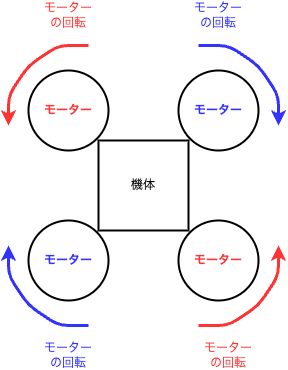
The draw.io diagram images/mp.drawio.png in NOKOLat/2026_Multicopter_Lecture, before a commit. Source tidied: cells renumbered, new cells last; positions are measured from the earlier drawing's top-left corner, leaving out a move shared by most shapes.
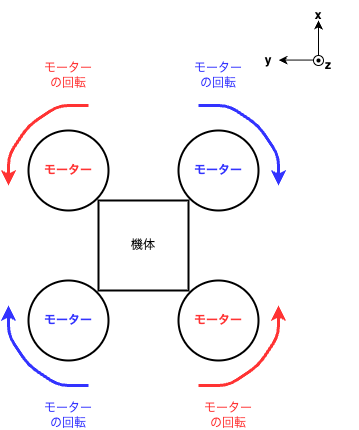
After the change.

Commit message:
プロペラの回転方向の説明の図に、座標軸を追加

Change to the diagram source:
```diff
@@ -88,5 +88,32 @@
     <mxCell id="19" value="&lt;font style=&quot;color: rgb(51, 51, 255);&quot;&gt;モーターの回転&lt;/font&gt;" style="text;strokeColor=none;align=center;fillColor=none;html=1;verticalAlign=middle;whiteSpace=wrap;rounded=0;fontColor=#FF3333;" parent="1" vertex="1">
       <mxGeometry x="180" width="60" height="30" as="geometry" />
     </mxCell>
+    <mxCell id="20" style="edgeStyle=none;orthogonalLoop=1;jettySize=auto;html=1;" parent="1" edge="1">
+      <mxGeometry relative="1" as="geometry">
+        <mxPoint x="310" as="sourcePoint" />
+        <mxPoint x="310" y="-40" as="targetPoint" />
+      </mxGeometry>
+    </mxCell>
+    <mxCell id="21" style="edgeStyle=none;orthogonalLoop=1;jettySize=auto;html=1;" parent="1" edge="1">
+      <mxGeometry relative="1" as="geometry">
+        <mxPoint x="310" y="-0.4" as="sourcePoint" />
+        <mxPoint x="270" y="-0.4" as="targetPoint" />
+      </mxGeometry>
+    </mxCell>
+    <mxCell id="22" style="ellipse;whiteSpace=wrap;html=1;" parent="1" vertex="1">
+      <mxGeometry x="305" y="-5" width="10" height="10" as="geometry" />
+    </mxCell>
+    <mxCell id="23" style="shape=waypoint;sketch=0;fillStyle=solid;size=6;fillColor=none;perimeter=centerPerimeter;strokeWidth=0;" parent="1" vertex="1">
+      <mxGeometry x="300" y="-10" width="20" height="20" as="geometry" />
+    </mxCell>
+    <mxCell id="24" value="&lt;b&gt;x&lt;/b&gt;" style="text;strokeColor=none;align=center;fillColor=none;html=1;verticalAlign=middle;whiteSpace=wrap;rounded=0;" parent="1" vertex="1">
+      <mxGeometry x="280" y="-60" width="60" height="30" as="geometry" />
+    </mxCell>
+    <mxCell id="25" value="&lt;b&gt;y&lt;/b&gt;" style="text;strokeColor=none;align=center;fillColor=none;html=1;verticalAlign=middle;whiteSpace=wrap;rounded=0;" parent="1" vertex="1">
+      <mxGeometry x="230" y="-15" width="60" height="30" as="geometry" />
+    </mxCell>
+    <mxCell id="26" value="&lt;b&gt;z&lt;/b&gt;" style="text;strokeColor=none;align=center;fillColor=none;html=1;verticalAlign=middle;whiteSpace=wrap;rounded=0;" parent="1" vertex="1">
+      <mxGeometry x="290" y="-10" width="60" height="30" as="geometry" />
+    </mxCell>
   </root>
 </mxGraphModel>
```
